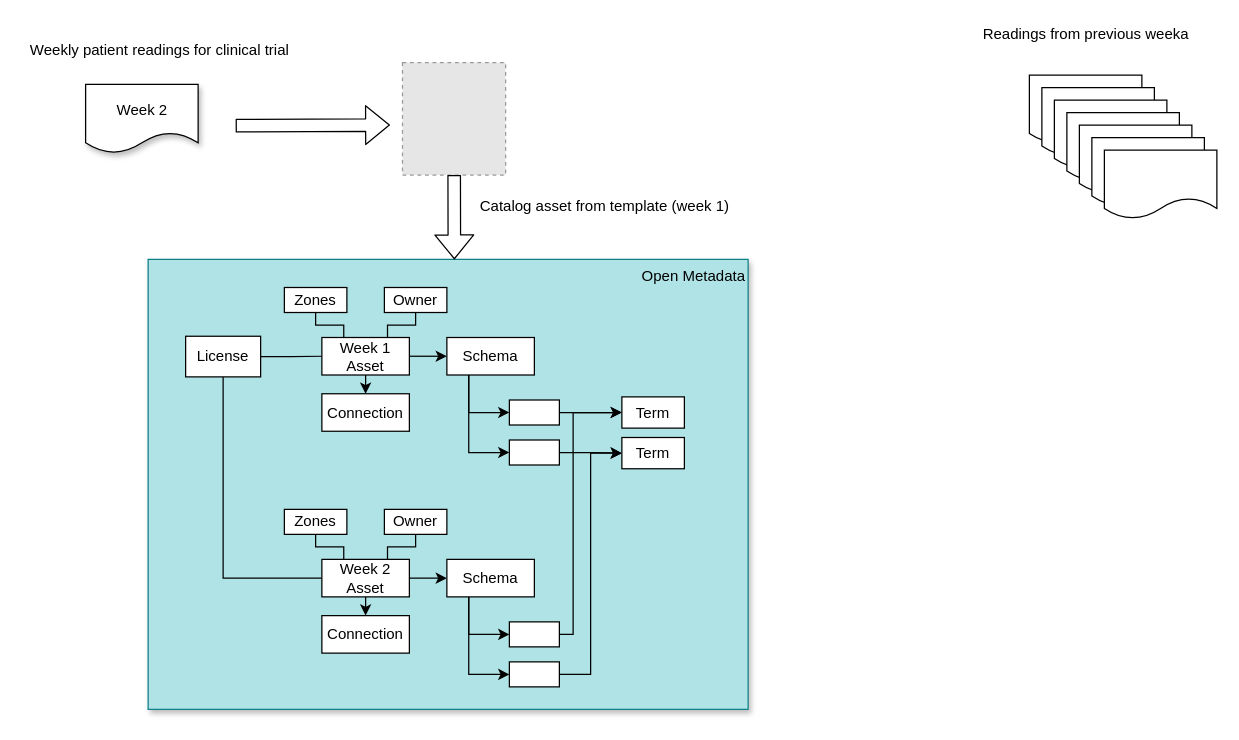
Earlier version of the draw.io diagram page "Week 2" (5 of 8) of site/docs/patterns/metadata-manager/cataloging-assets.drawio (odpi/egeria-docs). Source tidied: cells renumbered, new cells numbered last; positions are measured from the earlier drawing's top-left corner, leaving out a move shared by most shapes. Both pictures are drawn from the tidied source at 125%, with x=0, y=0 at pixel (21, 21). Pictures stored in the file or linked from it are replaced by grey dashed boxes.
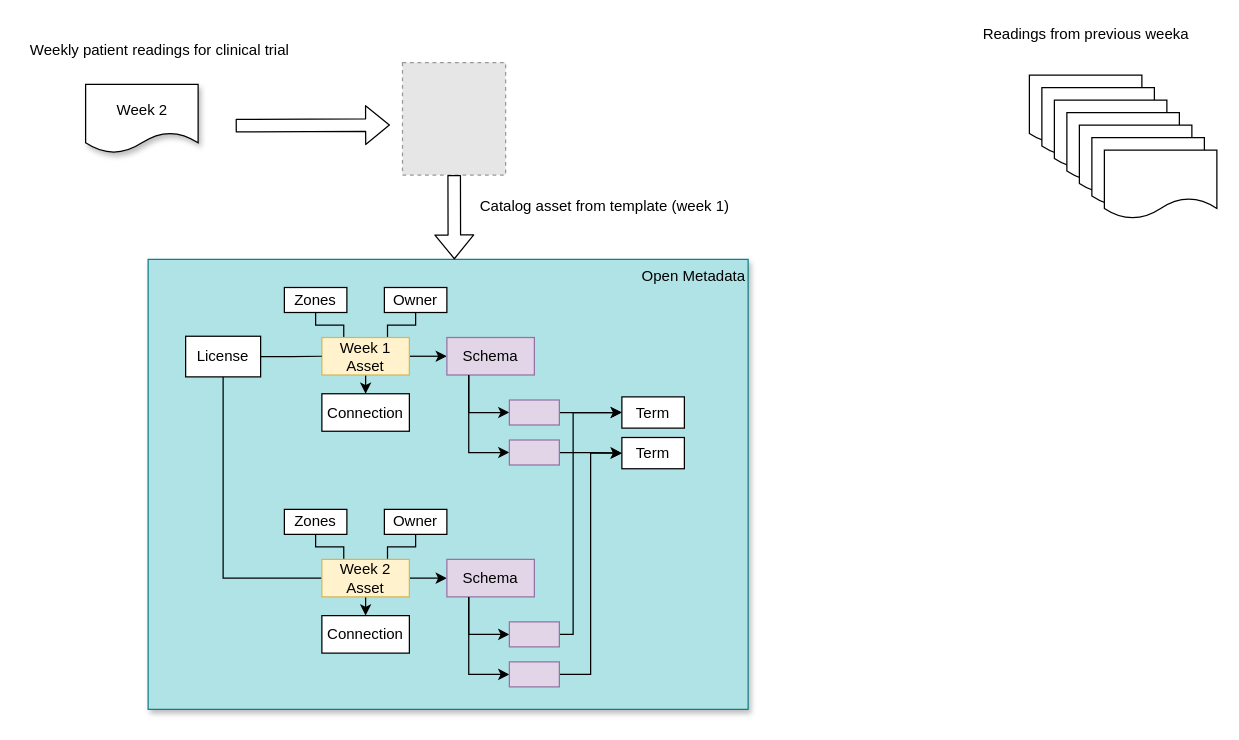
The same diagram, later.

Diff of the diagram source:
```diff
@@
-    <mxCell id="15" value="Week 1&lt;br&gt;Asset" style="rounded=0;whiteSpace=wrap;html=1;" parent="1" vertex="1">
+    <mxCell id="15" value="Week 1&lt;br&gt;Asset" style="rounded=0;whiteSpace=wrap;html=1;fillColor=#fff2cc;strokeColor=#d6b656;" parent="1" vertex="1">
       <mxGeometry x="240" y="252.5" width="70" height="30" as="geometry" />
     </mxCell>
@@
-    <mxCell id="17" value="Schema" style="rounded=0;whiteSpace=wrap;html=1;" parent="1" vertex="1">
+    <mxCell id="17" value="Schema" style="rounded=0;whiteSpace=wrap;html=1;fillColor=#e1d5e7;strokeColor=#9673a6;" parent="1" vertex="1">
       <mxGeometry x="340" y="252.5" width="70" height="30" as="geometry" />
     </mxCell>
@@
-    <mxCell id="19" style="rounded=0;whiteSpace=wrap;html=1;" parent="1" vertex="1">
+    <mxCell id="19" style="rounded=0;whiteSpace=wrap;html=1;fillColor=#e1d5e7;strokeColor=#9673a6;" parent="1" vertex="1">
       <mxGeometry x="390" y="302.5" width="40" height="20" as="geometry" />
     </mxCell>
@@
-    <mxCell id="22" style="rounded=0;whiteSpace=wrap;html=1;" parent="1" vertex="1">
+    <mxCell id="22" style="rounded=0;whiteSpace=wrap;html=1;fillColor=#e1d5e7;strokeColor=#9673a6;" parent="1" vertex="1">
       <mxGeometry x="390" y="334.5" width="40" height="20" as="geometry" />
     </mxCell>
@@
-    <mxCell id="34" value="Week 2&lt;br&gt;Asset" style="rounded=0;whiteSpace=wrap;html=1;" parent="1" vertex="1">
+    <mxCell id="34" value="Week 2&lt;br&gt;Asset" style="rounded=0;whiteSpace=wrap;html=1;fillColor=#fff2cc;strokeColor=#d6b656;" parent="1" vertex="1">
       <mxGeometry x="240" y="430" width="70" height="30" as="geometry" />
     </mxCell>
@@
-    <mxCell id="36" value="Schema" style="rounded=0;whiteSpace=wrap;html=1;" parent="1" vertex="1">
+    <mxCell id="36" value="Schema" style="rounded=0;whiteSpace=wrap;html=1;fillColor=#e1d5e7;strokeColor=#9673a6;" parent="1" vertex="1">
       <mxGeometry x="340" y="430" width="70" height="30" as="geometry" />
     </mxCell>
@@
-    <mxCell id="38" style="rounded=0;whiteSpace=wrap;html=1;" parent="1" vertex="1">
+    <mxCell id="38" style="rounded=0;whiteSpace=wrap;html=1;fillColor=#e1d5e7;strokeColor=#9673a6;" parent="1" vertex="1">
       <mxGeometry x="390" y="480" width="40" height="20" as="geometry" />
     </mxCell>
@@
-    <mxCell id="41" style="rounded=0;whiteSpace=wrap;html=1;" parent="1" vertex="1">
+    <mxCell id="41" style="rounded=0;whiteSpace=wrap;html=1;fillColor=#e1d5e7;strokeColor=#9673a6;" parent="1" vertex="1">
       <mxGeometry x="390" y="512" width="40" height="20" as="geometry" />
     </mxCell>
```
